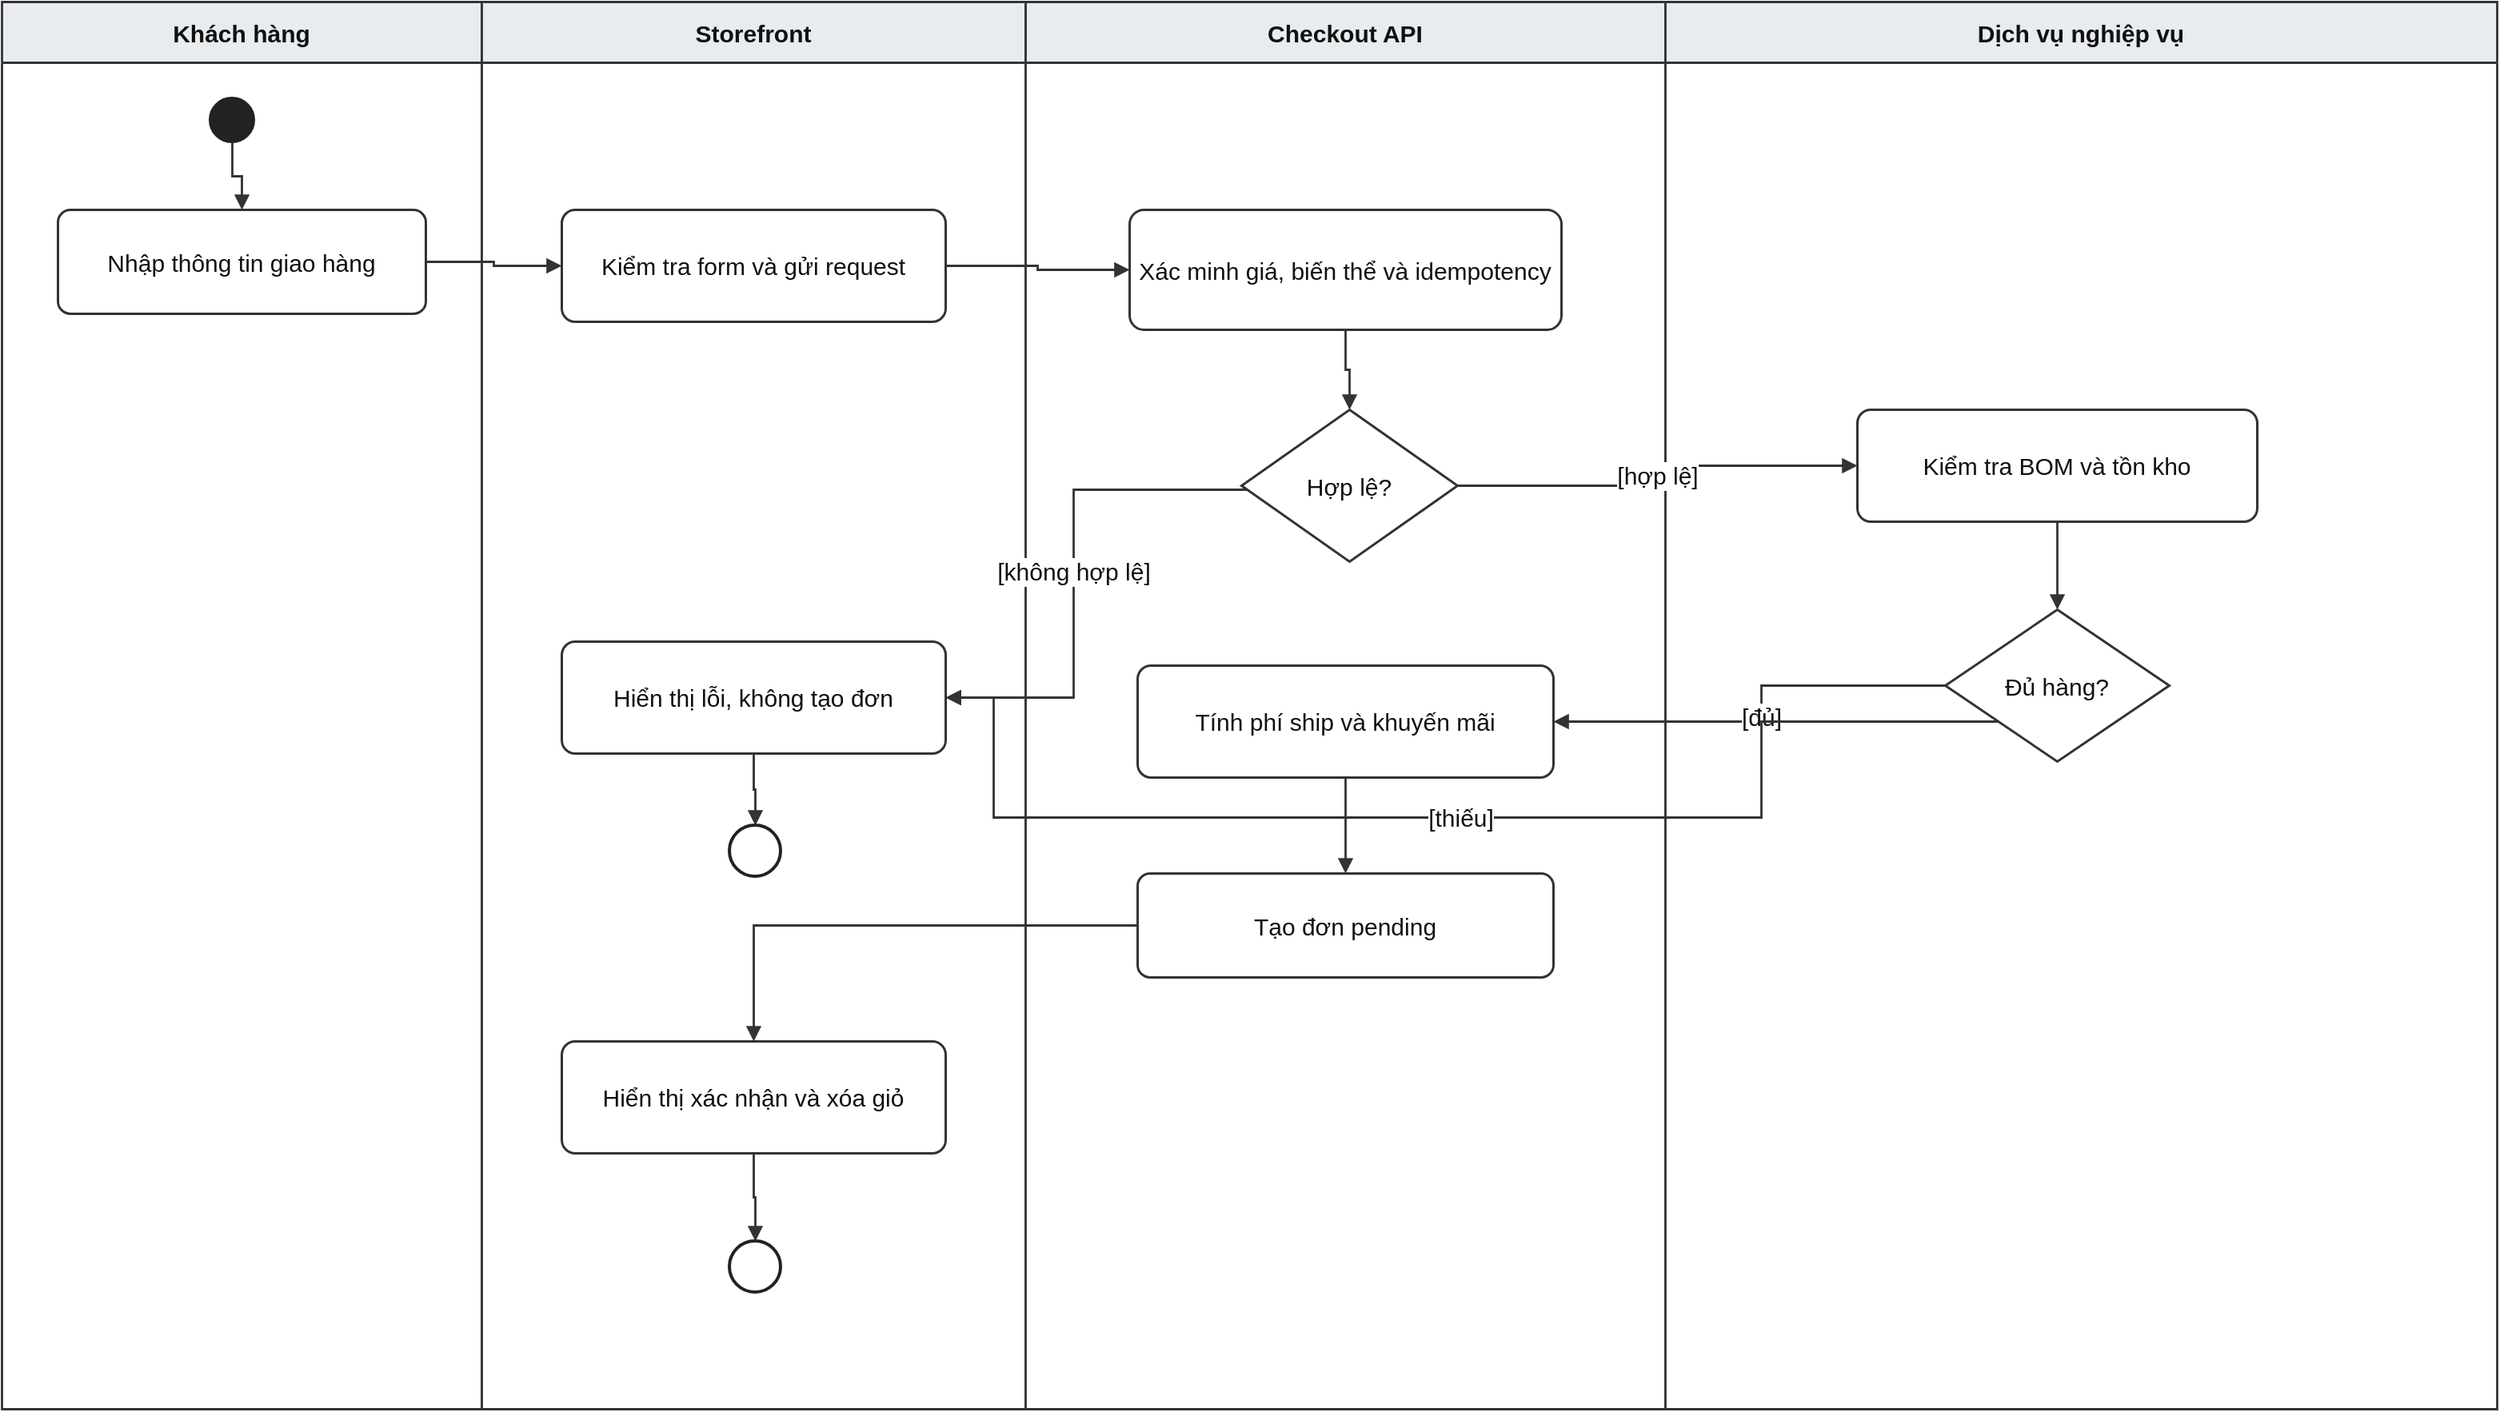
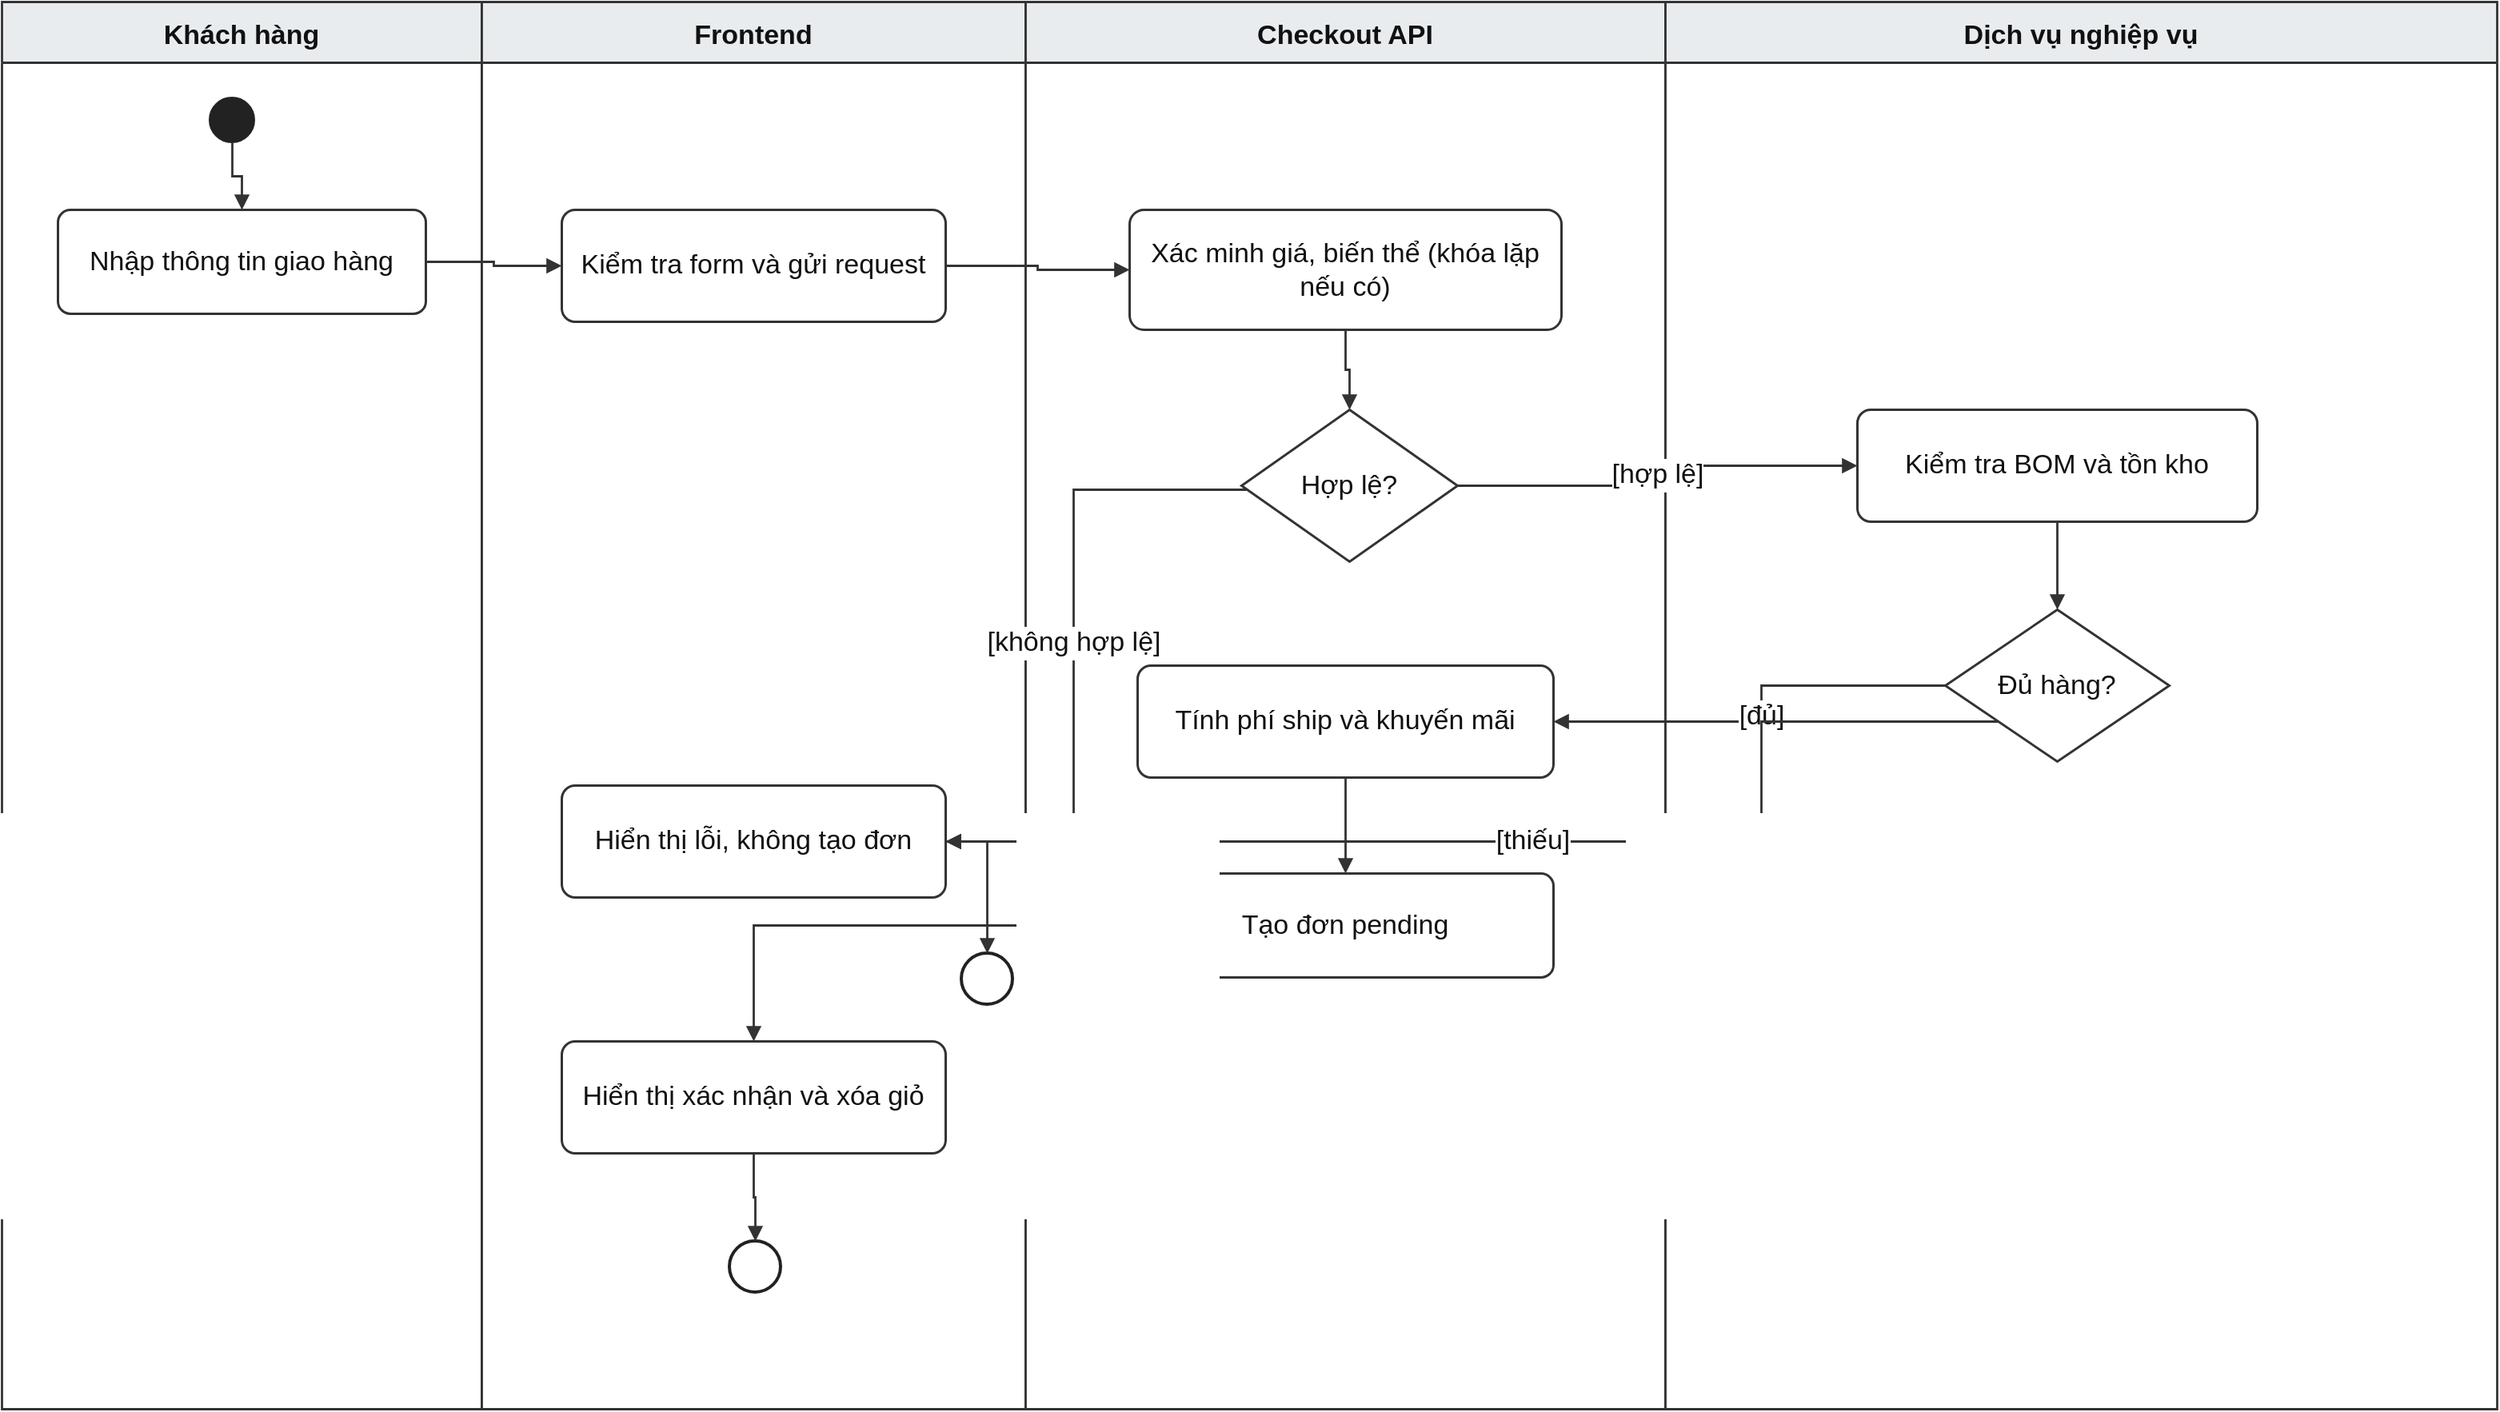
<?xml version='1.0' encoding='utf-8'?>
<mxfile host="app.diagrams.net" agent="Codex" version="30.2.4" type="device">
  <diagram id="activity-checkout" name="activity-checkout">
    <mxGraphModel dx="1600" dy="950" grid="1" gridSize="10" guides="1" tooltips="1" connect="1" arrows="1" fold="1" page="1" pageScale="1" pageWidth="1600" pageHeight="950" math="0" shadow="0">
      <root>
        <mxCell id="0" />
        <mxCell id="1" parent="0" />
-         <mxCell id="customer_lane" value="Khách hàng" style="swimlane;horizontal=1;startSize=38;fillColor=#E9ECEF;swimlaneFillColor=#FFFFFF;strokeColor=#333333;strokeWidth=1.4;fontStyle=1;fontFamily=Arial;fontSize=15;fontColor=#111111;" vertex="1" parent="1">
+         <mxCell id="customer_lane" value="Khách hàng" style="swimlane;horizontal=1;startSize=38;fillColor=#E9ECEF;swimlaneFillColor=#FFFFFF;strokeColor=#333333;strokeWidth=1.4;fontStyle=1;fontFamily=Arial;fontSize=17;fontColor=#111111;" vertex="1" parent="1">
          <mxGeometry x="20" y="30" width="300" height="880" as="geometry" />
        </mxCell>
-         <mxCell id="ui_lane" value="Storefront" style="swimlane;horizontal=1;startSize=38;fillColor=#E9ECEF;swimlaneFillColor=#FFFFFF;strokeColor=#333333;strokeWidth=1.4;fontStyle=1;fontFamily=Arial;fontSize=15;fontColor=#111111;" vertex="1" parent="1">
+         <mxCell id="ui_lane" value="Frontend" style="swimlane;horizontal=1;startSize=38;fillColor=#E9ECEF;swimlaneFillColor=#FFFFFF;strokeColor=#333333;strokeWidth=1.4;fontStyle=1;fontFamily=Arial;fontSize=17;fontColor=#111111;" vertex="1" parent="1">
          <mxGeometry x="320" y="30" width="340" height="880" as="geometry" />
        </mxCell>
-         <mxCell id="api_lane" value="Checkout API" style="swimlane;horizontal=1;startSize=38;fillColor=#E9ECEF;swimlaneFillColor=#FFFFFF;strokeColor=#333333;strokeWidth=1.4;fontStyle=1;fontFamily=Arial;fontSize=15;fontColor=#111111;" vertex="1" parent="1">
+         <mxCell id="api_lane" value="Checkout API" style="swimlane;horizontal=1;startSize=38;fillColor=#E9ECEF;swimlaneFillColor=#FFFFFF;strokeColor=#333333;strokeWidth=1.4;fontStyle=1;fontFamily=Arial;fontSize=17;fontColor=#111111;" vertex="1" parent="1">
          <mxGeometry x="660" y="30" width="400" height="880" as="geometry" />
        </mxCell>
-         <mxCell id="service_lane" value="Dịch vụ nghiệp vụ" style="swimlane;horizontal=1;startSize=38;fillColor=#E9ECEF;swimlaneFillColor=#FFFFFF;strokeColor=#333333;strokeWidth=1.4;fontStyle=1;fontFamily=Arial;fontSize=15;fontColor=#111111;" vertex="1" parent="1">
+         <mxCell id="service_lane" value="Dịch vụ nghiệp vụ" style="swimlane;horizontal=1;startSize=38;fillColor=#E9ECEF;swimlaneFillColor=#FFFFFF;strokeColor=#333333;strokeWidth=1.4;fontStyle=1;fontFamily=Arial;fontSize=17;fontColor=#111111;" vertex="1" parent="1">
          <mxGeometry x="1060" y="30" width="520" height="880" as="geometry" />
        </mxCell>
        <mxCell id="start" value="" style="ellipse;aspect=fixed;fillColor=#222222;strokeColor=#222222;" vertex="1" parent="1">
          <mxGeometry x="150" y="90" width="28" height="28" as="geometry" />
        </mxCell>
-         <mxCell id="a1" value="Nhập thông tin giao hàng" style="rounded=1;arcSize=12;whiteSpace=wrap;html=1;fillColor=#FFFFFF;strokeColor=#333333;strokeWidth=1.5;fontFamily=Arial;fontSize=15;fontColor=#111111;" vertex="1" parent="1">
+         <mxCell id="a1" value="Nhập thông tin giao hàng" style="rounded=1;arcSize=12;whiteSpace=wrap;html=1;fillColor=#FFFFFF;strokeColor=#333333;strokeWidth=1.5;fontFamily=Arial;fontSize=17;fontColor=#111111;" vertex="1" parent="1">
          <mxGeometry x="55" y="160" width="230" height="65" as="geometry" />
        </mxCell>
-         <mxCell id="a2" value="Kiểm tra form và gửi request" style="rounded=1;arcSize=12;whiteSpace=wrap;html=1;fillColor=#FFFFFF;strokeColor=#333333;strokeWidth=1.5;fontFamily=Arial;fontSize=15;fontColor=#111111;" vertex="1" parent="1">
+         <mxCell id="a2" value="Kiểm tra form và gửi request" style="rounded=1;arcSize=12;whiteSpace=wrap;html=1;fillColor=#FFFFFF;strokeColor=#333333;strokeWidth=1.5;fontFamily=Arial;fontSize=17;fontColor=#111111;" vertex="1" parent="1">
          <mxGeometry x="370" y="160" width="240" height="70" as="geometry" />
        </mxCell>
-         <mxCell id="a3" value="Xác minh giá, biến thể và idempotency" style="rounded=1;arcSize=12;whiteSpace=wrap;html=1;fillColor=#FFFFFF;strokeColor=#333333;strokeWidth=1.5;fontFamily=Arial;fontSize=15;fontColor=#111111;" vertex="1" parent="1">
+         <mxCell id="a3" value="Xác minh giá, biến thể&amp;#xa;(khóa lặp nếu có)" style="rounded=1;arcSize=12;whiteSpace=wrap;html=1;fillColor=#FFFFFF;strokeColor=#333333;strokeWidth=1.5;fontFamily=Arial;fontSize=17;fontColor=#111111;" vertex="1" parent="1">
          <mxGeometry x="725" y="160" width="270" height="75" as="geometry" />
        </mxCell>
-         <mxCell id="dec1" value="Hợp lệ?" style="rhombus;whiteSpace=wrap;html=1;fillColor=#FFFFFF;strokeColor=#333333;strokeWidth=1.5;fontFamily=Arial;fontSize=15;fontColor=#111111;" vertex="1" parent="1">
+         <mxCell id="dec1" value="Hợp lệ?" style="rhombus;whiteSpace=wrap;html=1;fillColor=#FFFFFF;strokeColor=#333333;strokeWidth=1.5;fontFamily=Arial;fontSize=17;fontColor=#111111;" vertex="1" parent="1">
          <mxGeometry x="795" y="285" width="135" height="95" as="geometry" />
        </mxCell>
-         <mxCell id="a4" value="Kiểm tra BOM và tồn kho" style="rounded=1;arcSize=12;whiteSpace=wrap;html=1;fillColor=#FFFFFF;strokeColor=#333333;strokeWidth=1.5;fontFamily=Arial;fontSize=15;fontColor=#111111;" vertex="1" parent="1">
+         <mxCell id="a4" value="Kiểm tra BOM và tồn kho" style="rounded=1;arcSize=12;whiteSpace=wrap;html=1;fillColor=#FFFFFF;strokeColor=#333333;strokeWidth=1.5;fontFamily=Arial;fontSize=17;fontColor=#111111;" vertex="1" parent="1">
          <mxGeometry x="1180" y="285" width="250" height="70" as="geometry" />
        </mxCell>
-         <mxCell id="dec2" value="Đủ hàng?" style="rhombus;whiteSpace=wrap;html=1;fillColor=#FFFFFF;strokeColor=#333333;strokeWidth=1.5;fontFamily=Arial;fontSize=15;fontColor=#111111;" vertex="1" parent="1">
+         <mxCell id="dec2" value="Đủ hàng?" style="rhombus;whiteSpace=wrap;html=1;fillColor=#FFFFFF;strokeColor=#333333;strokeWidth=1.5;fontFamily=Arial;fontSize=17;fontColor=#111111;" vertex="1" parent="1">
          <mxGeometry x="1235" y="410" width="140" height="95" as="geometry" />
        </mxCell>
-         <mxCell id="a5" value="Tính phí ship và khuyến mãi" style="rounded=1;arcSize=12;whiteSpace=wrap;html=1;fillColor=#FFFFFF;strokeColor=#333333;strokeWidth=1.5;fontFamily=Arial;fontSize=15;fontColor=#111111;" vertex="1" parent="1">
+         <mxCell id="a5" value="Tính phí ship và khuyến mãi" style="rounded=1;arcSize=12;whiteSpace=wrap;html=1;fillColor=#FFFFFF;strokeColor=#333333;strokeWidth=1.5;fontFamily=Arial;fontSize=17;fontColor=#111111;" vertex="1" parent="1">
          <mxGeometry x="730" y="445" width="260" height="70" as="geometry" />
        </mxCell>
-         <mxCell id="a6" value="Tạo đơn pending" style="rounded=1;arcSize=12;whiteSpace=wrap;html=1;fillColor=#FFFFFF;strokeColor=#333333;strokeWidth=1.5;fontFamily=Arial;fontSize=15;fontColor=#111111;" vertex="1" parent="1">
+         <mxCell id="a6" value="Tạo đơn pending" style="rounded=1;arcSize=12;whiteSpace=wrap;html=1;fillColor=#FFFFFF;strokeColor=#333333;strokeWidth=1.5;fontFamily=Arial;fontSize=17;fontColor=#111111;" vertex="1" parent="1">
          <mxGeometry x="730" y="575" width="260" height="65" as="geometry" />
        </mxCell>
-         <mxCell id="a7" value="Hiển thị xác nhận và xóa giỏ" style="rounded=1;arcSize=12;whiteSpace=wrap;html=1;fillColor=#FFFFFF;strokeColor=#333333;strokeWidth=1.5;fontFamily=Arial;fontSize=15;fontColor=#111111;" vertex="1" parent="1">
+         <mxCell id="a7" value="Hiển thị xác nhận và xóa giỏ" style="rounded=1;arcSize=12;whiteSpace=wrap;html=1;fillColor=#FFFFFF;strokeColor=#333333;strokeWidth=1.5;fontFamily=Arial;fontSize=17;fontColor=#111111;" vertex="1" parent="1">
          <mxGeometry x="370" y="680" width="240" height="70" as="geometry" />
        </mxCell>
        <mxCell id="ok_end" value="" style="ellipse;aspect=fixed;fillColor=#FFFFFF;strokeColor=#222222;strokeWidth=2;double=1;" vertex="1" parent="1">
          <mxGeometry x="475" y="805" width="32" height="32" as="geometry" />
        </mxCell>
-         <mxCell id="error" value="Hiển thị lỗi, không tạo đơn" style="rounded=1;arcSize=12;whiteSpace=wrap;html=1;fillColor=#FFFFFF;strokeColor=#333333;strokeWidth=1.5;fontFamily=Arial;fontSize=15;fontColor=#111111;" vertex="1" parent="1">
-           <mxGeometry x="370" y="430" width="240" height="70" as="geometry" />
+         <mxCell id="error" value="Hiển thị lỗi, không tạo đơn" style="rounded=1;arcSize=12;whiteSpace=wrap;html=1;fillColor=#FFFFFF;strokeColor=#333333;strokeWidth=1.5;fontFamily=Arial;fontSize=17;fontColor=#111111;" vertex="1" parent="1">
+           <mxGeometry x="370" y="520" width="240" height="70" as="geometry" />
        </mxCell>
        <mxCell id="fail_end" value="" style="ellipse;aspect=fixed;fillColor=#FFFFFF;strokeColor=#222222;strokeWidth=2;double=1;" vertex="1" parent="1">
-           <mxGeometry x="475" y="545" width="32" height="32" as="geometry" />
+           <mxGeometry x="620" y="625" width="32" height="32" as="geometry" />
        </mxCell>
-         <mxCell id="e1" value="" style="edgeStyle=orthogonalEdgeStyle;rounded=0;orthogonalLoop=1;jettySize=auto;html=1;endArrow=block;endFill=1;strokeColor=#333333;strokeWidth=1.4;fontFamily=Arial;fontSize=15;fontColor=#111111;" edge="1" parent="1" source="start" target="a1">
+         <mxCell id="e1" value="" style="edgeStyle=orthogonalEdgeStyle;rounded=0;orthogonalLoop=1;jettySize=auto;html=1;endArrow=block;endFill=1;strokeColor=#333333;strokeWidth=1.4;fontFamily=Arial;fontSize=17;fontColor=#111111;" edge="1" parent="1" source="start" target="a1">
          <mxGeometry relative="1" as="geometry" />
        </mxCell>
-         <mxCell id="e2" value="" style="edgeStyle=orthogonalEdgeStyle;rounded=0;orthogonalLoop=1;jettySize=auto;html=1;endArrow=block;endFill=1;strokeColor=#333333;strokeWidth=1.4;fontFamily=Arial;fontSize=15;fontColor=#111111;" edge="1" parent="1" source="a1" target="a2">
+         <mxCell id="e2" value="" style="edgeStyle=orthogonalEdgeStyle;rounded=0;orthogonalLoop=1;jettySize=auto;html=1;endArrow=block;endFill=1;strokeColor=#333333;strokeWidth=1.4;fontFamily=Arial;fontSize=17;fontColor=#111111;" edge="1" parent="1" source="a1" target="a2">
          <mxGeometry relative="1" as="geometry" />
        </mxCell>
-         <mxCell id="e3" value="" style="edgeStyle=orthogonalEdgeStyle;rounded=0;orthogonalLoop=1;jettySize=auto;html=1;endArrow=block;endFill=1;strokeColor=#333333;strokeWidth=1.4;fontFamily=Arial;fontSize=15;fontColor=#111111;" edge="1" parent="1" source="a2" target="a3">
+         <mxCell id="e3" value="" style="edgeStyle=orthogonalEdgeStyle;rounded=0;orthogonalLoop=1;jettySize=auto;html=1;endArrow=block;endFill=1;strokeColor=#333333;strokeWidth=1.4;fontFamily=Arial;fontSize=17;fontColor=#111111;" edge="1" parent="1" source="a2" target="a3">
          <mxGeometry relative="1" as="geometry" />
        </mxCell>
-         <mxCell id="e4" value="" style="edgeStyle=orthogonalEdgeStyle;rounded=0;orthogonalLoop=1;jettySize=auto;html=1;endArrow=block;endFill=1;strokeColor=#333333;strokeWidth=1.4;fontFamily=Arial;fontSize=15;fontColor=#111111;" edge="1" parent="1" source="a3" target="dec1">
+         <mxCell id="e4" value="" style="edgeStyle=orthogonalEdgeStyle;rounded=0;orthogonalLoop=1;jettySize=auto;html=1;endArrow=block;endFill=1;strokeColor=#333333;strokeWidth=1.4;fontFamily=Arial;fontSize=17;fontColor=#111111;" edge="1" parent="1" source="a3" target="dec1">
          <mxGeometry relative="1" as="geometry" />
        </mxCell>
-         <mxCell id="e5" value="[hợp lệ]" style="edgeStyle=orthogonalEdgeStyle;rounded=0;orthogonalLoop=1;jettySize=auto;html=1;endArrow=block;endFill=1;strokeColor=#333333;strokeWidth=1.4;fontFamily=Arial;fontSize=15;fontColor=#111111;" edge="1" parent="1" source="dec1" target="a4">
+         <mxCell id="e5" value="[hợp lệ]" style="edgeStyle=orthogonalEdgeStyle;rounded=0;orthogonalLoop=1;jettySize=auto;html=1;endArrow=block;endFill=1;strokeColor=#333333;strokeWidth=1.4;fontFamily=Arial;fontSize=17;fontColor=#111111;" edge="1" parent="1" source="dec1" target="a4">
          <mxGeometry relative="1" as="geometry" />
        </mxCell>
-         <mxCell id="e6" value="[không hợp lệ]" style="edgeStyle=orthogonalEdgeStyle;rounded=0;orthogonalLoop=1;jettySize=auto;html=1;endArrow=block;endFill=1;strokeColor=#333333;strokeWidth=1.4;fontFamily=Arial;fontSize=15;fontColor=#111111;" edge="1" parent="1" source="dec1" target="error">
+         <mxCell id="e6" value="[không hợp lệ]" style="edgeStyle=orthogonalEdgeStyle;rounded=0;orthogonalLoop=1;jettySize=auto;html=1;endArrow=block;endFill=1;strokeColor=#333333;strokeWidth=1.4;fontFamily=Arial;fontSize=17;fontColor=#111111;" edge="1" parent="1" source="dec1" target="error">
          <mxGeometry relative="1" as="geometry">
            <Array as="points">
              <mxPoint x="690" y="335" />
-               <mxPoint x="690" y="465" />
+               <mxPoint x="690" y="555" />
            </Array>
          </mxGeometry>
        </mxCell>
-         <mxCell id="e7" value="" style="edgeStyle=orthogonalEdgeStyle;rounded=0;orthogonalLoop=1;jettySize=auto;html=1;endArrow=block;endFill=1;strokeColor=#333333;strokeWidth=1.4;fontFamily=Arial;fontSize=15;fontColor=#111111;" edge="1" parent="1" source="a4" target="dec2">
+         <mxCell id="e7" value="" style="edgeStyle=orthogonalEdgeStyle;rounded=0;orthogonalLoop=1;jettySize=auto;html=1;endArrow=block;endFill=1;strokeColor=#333333;strokeWidth=1.4;fontFamily=Arial;fontSize=17;fontColor=#111111;" edge="1" parent="1" source="a4" target="dec2">
          <mxGeometry relative="1" as="geometry" />
        </mxCell>
-         <mxCell id="e8" value="[đủ]" style="edgeStyle=orthogonalEdgeStyle;rounded=0;orthogonalLoop=1;jettySize=auto;html=1;endArrow=block;endFill=1;strokeColor=#333333;strokeWidth=1.4;fontFamily=Arial;fontSize=15;fontColor=#111111;" edge="1" parent="1" source="dec2" target="a5">
+         <mxCell id="e8" value="[đủ]" style="edgeStyle=orthogonalEdgeStyle;rounded=0;orthogonalLoop=1;jettySize=auto;html=1;endArrow=block;endFill=1;strokeColor=#333333;strokeWidth=1.4;fontFamily=Arial;fontSize=17;fontColor=#111111;" edge="1" parent="1" source="dec2" target="a5">
          <mxGeometry relative="1" as="geometry">
            <Array as="points">
              <mxPoint x="1120" y="458" />
              <mxPoint x="1120" y="480" />
            </Array>
          </mxGeometry>
        </mxCell>
-         <mxCell id="e9" value="[thiếu]" style="edgeStyle=orthogonalEdgeStyle;rounded=0;orthogonalLoop=1;jettySize=auto;html=1;endArrow=block;endFill=1;strokeColor=#333333;strokeWidth=1.4;fontFamily=Arial;fontSize=15;fontColor=#111111;" edge="1" parent="1" source="dec2" target="error">
+         <mxCell id="e9" value="[thiếu]" style="edgeStyle=orthogonalEdgeStyle;rounded=0;orthogonalLoop=1;jettySize=auto;html=1;endArrow=block;endFill=1;strokeColor=#333333;strokeWidth=1.4;fontFamily=Arial;fontSize=17;fontColor=#111111;" edge="1" parent="1" source="dec2" target="error">
          <mxGeometry relative="1" as="geometry">
            <Array as="points">
              <mxPoint x="1120" y="480" />
-               <mxPoint x="1120" y="540" />
-               <mxPoint x="640" y="540" />
-               <mxPoint x="640" y="465" />
+               <mxPoint x="1120" y="555" />
+               <mxPoint x="640" y="555" />
            </Array>
          </mxGeometry>
        </mxCell>
-         <mxCell id="e10" value="" style="edgeStyle=orthogonalEdgeStyle;rounded=0;orthogonalLoop=1;jettySize=auto;html=1;endArrow=block;endFill=1;strokeColor=#333333;strokeWidth=1.4;fontFamily=Arial;fontSize=15;fontColor=#111111;" edge="1" parent="1" source="a5" target="a6">
+         <mxCell id="e10" value="" style="edgeStyle=orthogonalEdgeStyle;rounded=0;orthogonalLoop=1;jettySize=auto;html=1;endArrow=block;endFill=1;strokeColor=#333333;strokeWidth=1.4;fontFamily=Arial;fontSize=17;fontColor=#111111;" edge="1" parent="1" source="a5" target="a6">
          <mxGeometry relative="1" as="geometry" />
        </mxCell>
-         <mxCell id="e11" value="" style="edgeStyle=orthogonalEdgeStyle;rounded=0;orthogonalLoop=1;jettySize=auto;html=1;endArrow=block;endFill=1;strokeColor=#333333;strokeWidth=1.4;fontFamily=Arial;fontSize=15;fontColor=#111111;" edge="1" parent="1" source="a6" target="a7">
+         <mxCell id="e11" value="" style="edgeStyle=orthogonalEdgeStyle;rounded=0;orthogonalLoop=1;jettySize=auto;html=1;endArrow=block;endFill=1;strokeColor=#333333;strokeWidth=1.4;fontFamily=Arial;fontSize=17;fontColor=#111111;" edge="1" parent="1" source="a6" target="a7">
          <mxGeometry relative="1" as="geometry" />
        </mxCell>
-         <mxCell id="e12" value="" style="edgeStyle=orthogonalEdgeStyle;rounded=0;orthogonalLoop=1;jettySize=auto;html=1;endArrow=block;endFill=1;strokeColor=#333333;strokeWidth=1.4;fontFamily=Arial;fontSize=15;fontColor=#111111;" edge="1" parent="1" source="a7" target="ok_end">
+         <mxCell id="e12" value="" style="edgeStyle=orthogonalEdgeStyle;rounded=0;orthogonalLoop=1;jettySize=auto;html=1;endArrow=block;endFill=1;strokeColor=#333333;strokeWidth=1.4;fontFamily=Arial;fontSize=17;fontColor=#111111;" edge="1" parent="1" source="a7" target="ok_end">
          <mxGeometry relative="1" as="geometry" />
        </mxCell>
-         <mxCell id="e13" value="" style="edgeStyle=orthogonalEdgeStyle;rounded=0;orthogonalLoop=1;jettySize=auto;html=1;endArrow=block;endFill=1;strokeColor=#333333;strokeWidth=1.4;fontFamily=Arial;fontSize=15;fontColor=#111111;" edge="1" parent="1" source="error" target="fail_end">
+         <mxCell id="e13" value="" style="edgeStyle=orthogonalEdgeStyle;rounded=0;orthogonalLoop=1;jettySize=auto;html=1;endArrow=block;endFill=1;strokeColor=#333333;strokeWidth=1.4;fontFamily=Arial;fontSize=17;fontColor=#111111;" edge="1" parent="1" source="error" target="fail_end">
          <mxGeometry relative="1" as="geometry" />
        </mxCell>
      </root>
    </mxGraphModel>
  </diagram>
- </mxfile>+ </mxfile>
